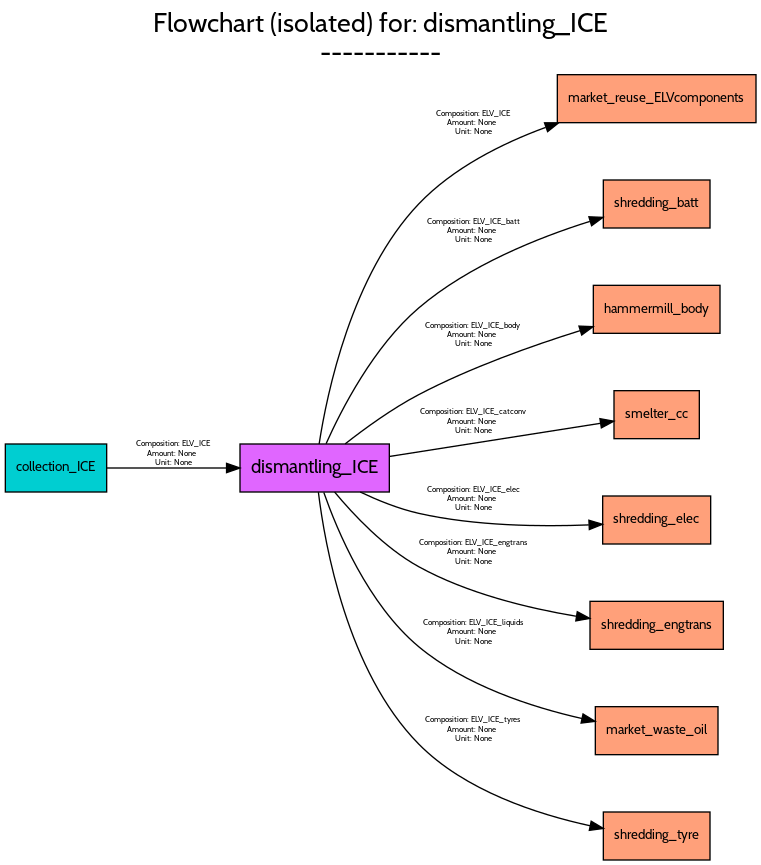
The Graphviz diagram src/examples/ELV/figures/flowcharts/processes/png/dismantling_ICE.png in FutuRaM-Project/Recovery-Model, before a commit. Its source is kept beside it as src/examples/ELV/figures/flowcharts/processes/dot/dismantling_ICE.dot.
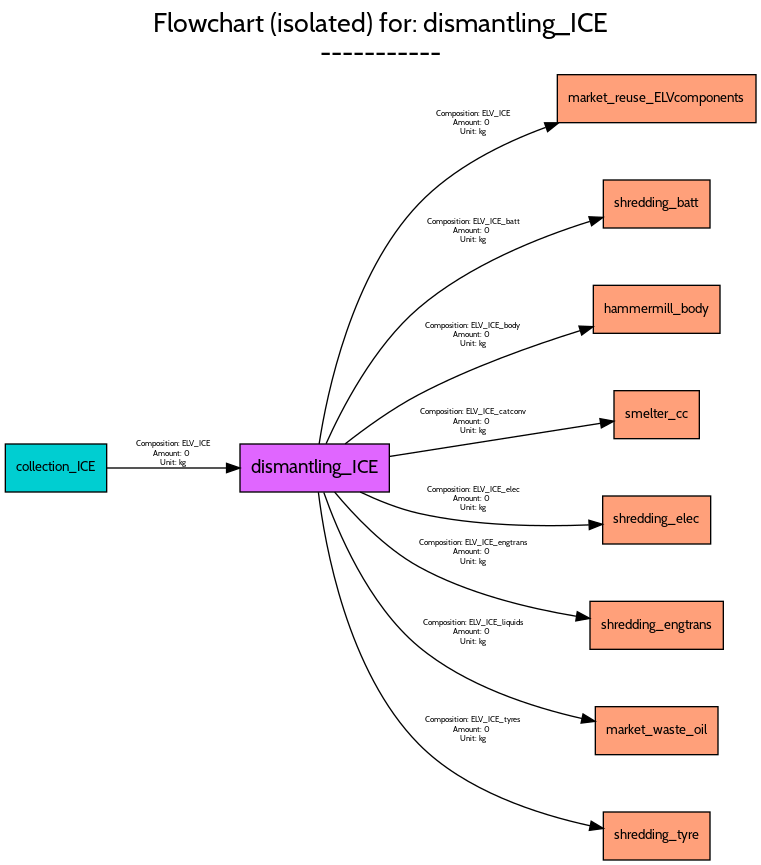
The same file after the commit.

What changed in the source:
```diff
@@ -35,8 +35,8 @@
 		fontname=Cabin,
 		fontsize=6,
 		label="Composition: ELV_ICE
-Amount: None
-Unit: None",
+Amount: 0
+Unit: kg",
 		lp="351,552.5",
 		pos="e,414.97,552.91 235.35,312.03 241.2,350.06 259.74,439.27 310,492 335.63,518.89 372.06,537.26 405.25,549.47"];
 	shredding_batt	[fillcolor=lightsalmon1,
@@ -51,8 +51,8 @@
 		fontname=Cabin,
 		fontsize=6,
 		label="Composition: ELV_ICE_batt
-Amount: None
-Unit: None",
+Amount: 0
+Unit: kg",
 		lp="351,471.5",
 		pos="e,448.25,481.97 240.57,312.23 252.09,338.01 276.32,385.21 310,414 347.47,446.02 400.14,466.93 438.37,478.96"];
 	hammermill_body	[fillcolor=lightsalmon1,
@@ -67,8 +67,8 @@
 		fontname=Cabin,
 		fontsize=6,
 		label="Composition: ELV_ICE_body
-Amount: None
-Unit: None",
+Amount: 0
+Unit: kg",
 		lp="351,393.5",
 		pos="e,440.81,400.01 254.85,312.08 269.72,323.75 290.22,338.62 310,349 348.71,369.31 395.3,385.84 431.03,397.01"];
 	smelter_cc	[fillcolor=lightsalmon1,
@@ -83,8 +83,8 @@
 		fontname=Cabin,
 		fontsize=6,
 		label="Composition: ELV_ICE_catconv
-Amount: None
-Unit: None",
+Amount: 0
+Unit: kg",
 		lp="351,328.5",
 		pos="e,456.36,329.11 288.22,302.68 335.76,310.15 403.3,320.77 446.26,327.52"];
 	shredding_elec	[fillcolor=lightsalmon1,
@@ -99,8 +99,8 @@
 		fontname=Cabin,
 		fontsize=6,
 		label="Composition: ELV_ICE_elec
-Amount: None
-Unit: None",
+Amount: 0
+Unit: kg",
 		lp="351,270.5",
 		pos="e,447.83,251.79 266.14,275.99 279.39,269.71 295.03,263.38 310,260 352.29,250.46 401.67,249.89 437.6,251.32"];
 	shredding_engtrans	[fillcolor=lightsalmon1,
@@ -115,8 +115,8 @@
 		fontname=Cabin,
 		fontsize=6,
 		label="Composition: ELV_ICE_engtrans
-Amount: None
-Unit: None",
+Amount: 0
+Unit: kg",
 		lp="351,230.5",
 		pos="e,438.29,181.21 246.94,275.99 261.03,259.02 284.35,234.15 310,220 346.43,199.9 392.08,188.84 427.97,182.85"];
 	market_waste_oil	[fillcolor=lightsalmon1,
@@ -131,8 +131,8 @@
 		fontname=Cabin,
 		fontsize=6,
 		label="Composition: ELV_ICE_liquids
-Amount: None
-Unit: None",
+Amount: 0
+Unit: kg",
 		lp="351,170.5",
 		pos="e,442.32,103.98 238.85,275.67 248.9,247.01 272.09,191.62 310,160 345.04,130.78 394.61,114.69 432.47,106.11"];
 	shredding_tyre	[fillcolor=lightsalmon1,
@@ -147,8 +147,8 @@
 		fontname=Cabin,
 		fontsize=6,
 		label="Composition: ELV_ICE_tyres
-Amount: None
-Unit: None",
+Amount: 0
+Unit: kg",
 		lp="351,97.5",
 		pos="e,448.49,23.646 234.79,275.87 239.62,236.28 256.44,141.35 310,87 344.58,51.905 399.06,34.288 438.54,25.692"];
 	collection_ICE	[fillcolor=darkturquoise,
@@ -163,8 +163,8 @@
 		fontname=Cabin,
 		fontsize=6,
 		label="Composition: ELV_ICE
-Amount: None
-Unit: None",
+Amount: 0
+Unit: kg",
 		lp="126,304.5",
 		pos="e,175.92,294 76.02,294 101.36,294 135.66,294 165.55,294"];
 }
```
